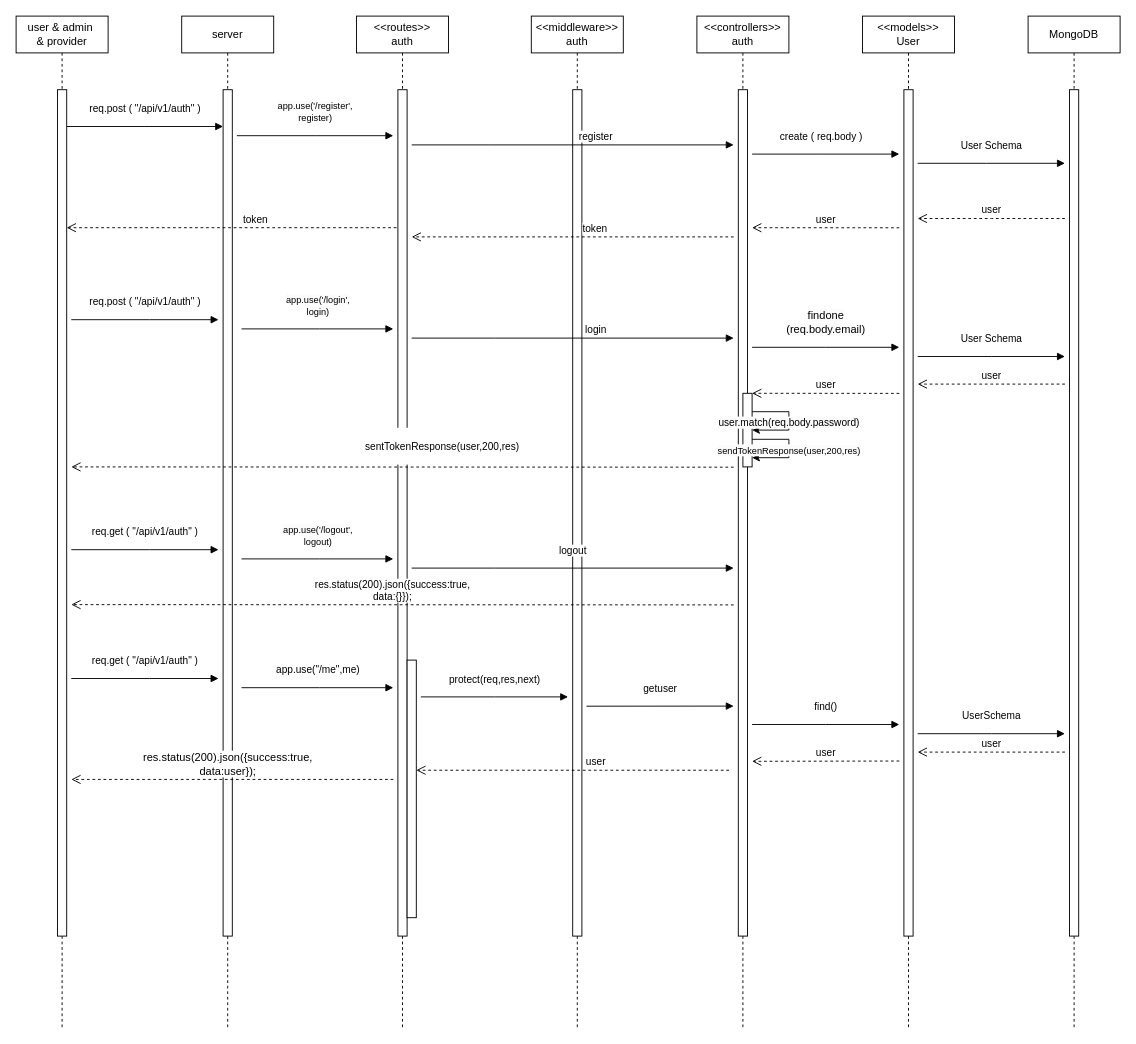
peakied/Software-Development-Practice keeps this draw.io diagram as แบบแผนที่ยังไม่ได้ตั้งชื่อ.drawio. Above is the earlier version. Source tidied: cells renumbered, new cells numbered last; positions are measured from the earlier drawing's top-left corner, leaving out a move shared by most shapes. Both pictures are drawn from the tidied source at 92%, with x=0, y=0 at pixel (16, 16).
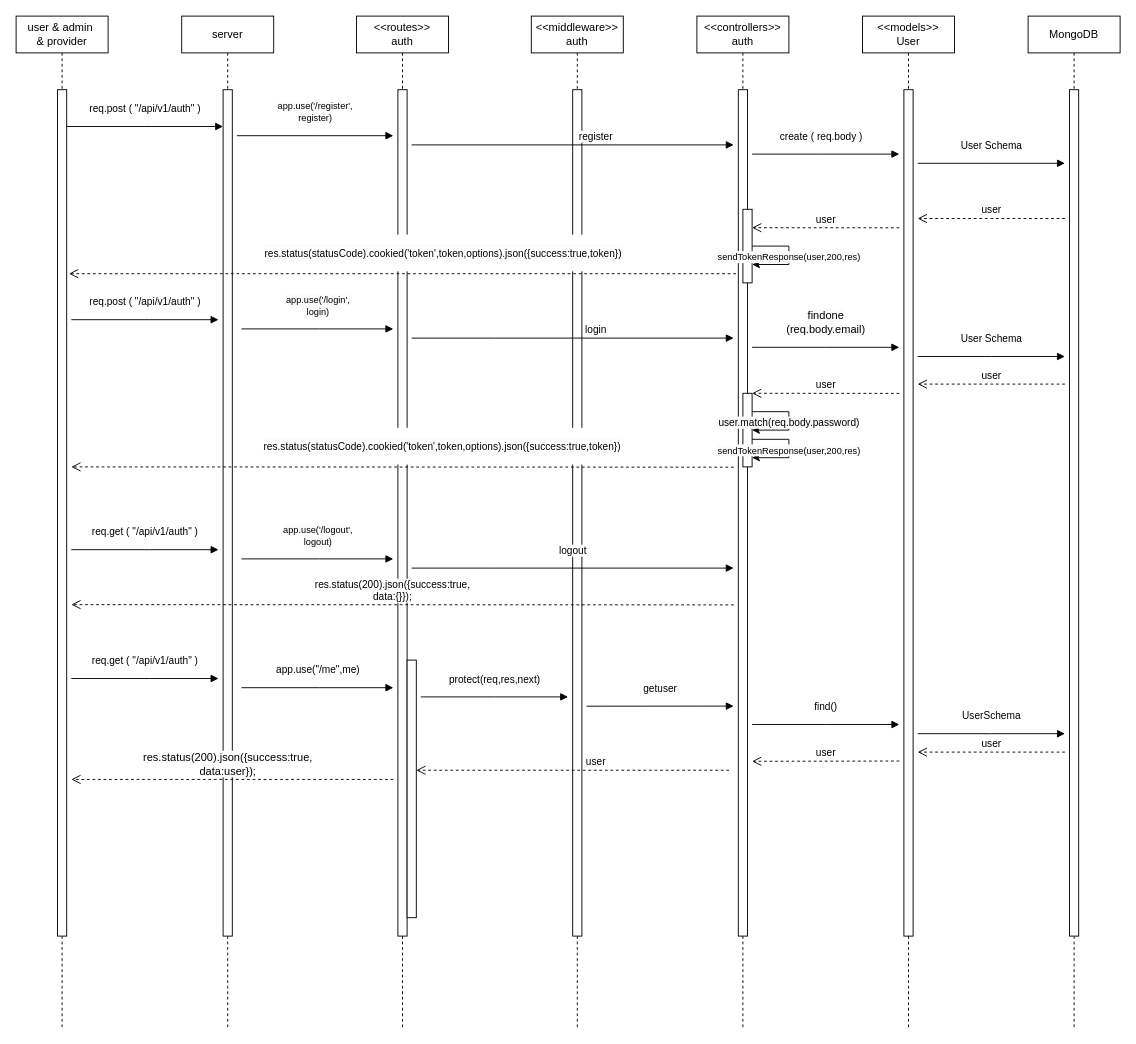
Above is the later version.

The change refers to these unchanged cells:
```xml
<mxCell id="9" value="&amp;lt;&amp;lt;routes&amp;gt;&amp;gt;&lt;div&gt;auth&lt;/div&gt;" style="shape=umlLifeline;perimeter=lifelinePerimeter;whiteSpace=wrap;html=1;outlineConnect=0;portConstraint=eastwest;newEdgeStyle={&quot;edgeStyle&quot;:&quot;elbowEdgeStyle&quot;,&quot;elbow&quot;:&quot;vertical&quot;,&quot;curved&quot;:0,&quot;rounded&quot;:0};" parent="1" vertex="1">
  <mxGeometry x="370" width="100" height="1100" as="geometry" />
</mxCell>
<mxCell id="14" value="&amp;lt;&amp;lt;controllers&amp;gt;&amp;gt;&lt;div&gt;auth&lt;/div&gt;" style="shape=umlLifeline;perimeter=lifelinePerimeter;whiteSpace=wrap;html=1;newEdgeStyle={&quot;edgeStyle&quot;:&quot;elbowEdgeStyle&quot;,&quot;elbow&quot;:&quot;vertical&quot;,&quot;curved&quot;:0,&quot;rounded&quot;:0};" parent="1" vertex="1">
  <mxGeometry x="740" width="100" height="1100" as="geometry" />
</mxCell>
```

What changed in the source:
```diff
@@
-    <mxCell id="5" value="token" style="html=1;verticalAlign=bottom;endArrow=open;dashed=1;endSize=8;edgeStyle=elbowEdgeStyle;elbow=vertical;curved=0;rounded=0;" parent="1" edge="1" source="9">
-      <mxGeometry x="-0.12" relative="1" as="geometry">
-        <mxPoint x="55" y="230" as="targetPoint" />
-        <Array as="points">
-          <mxPoint x="150" y="230" />
-        </Array>
-      </mxGeometry>
-    </mxCell>
@@
+    <mxCell id="54" style="html=1;perimeter=orthogonalPerimeter;targetShapes=umlLifeline;newEdgeStyle={&quot;edgeStyle&quot;:&quot;elbowEdgeStyle&quot;,&quot;elbow&quot;:&quot;vertical&quot;,&quot;curved&quot;:0,&quot;rounded&quot;:0};" parent="14" vertex="1">
+      <mxGeometry x="50" y="210" width="10" height="80" as="geometry" />
+    </mxCell>
@@
-    <mxCell id="28" value="token" style="html=1;verticalAlign=bottom;endArrow=open;dashed=1;endSize=8;edgeStyle=elbowEdgeStyle;elbow=vertical;curved=0;rounded=0;" parent="1" edge="1">
-      <mxGeometry x="-0.14" relative="1" as="geometry">
-        <mxPoint x="780" y="240" as="sourcePoint" />
-        <mxPoint x="430" y="240" as="targetPoint" />
-        <Array as="points">
-          <mxPoint x="535" y="240" />
-        </Array>
-      </mxGeometry>
-    </mxCell>
@@
-    <mxCell id="32" value="&lt;p style=&quot;text-wrap: wrap; line-height: 18px;&quot;&gt;&lt;span style=&quot;background-color: rgb(255, 255, 255);&quot;&gt;sentTokenResponse(user,200,res)&lt;/span&gt;&lt;/p&gt;" style="html=1;verticalAlign=bottom;endArrow=open;dashed=1;endSize=8;edgeStyle=elbowEdgeStyle;elbow=vertical;curved=0;rounded=0;" parent="1" edge="1">
+    <mxCell id="32" value="&lt;p style=&quot;text-wrap: wrap; background-color: rgb(251, 251, 251); line-height: 18px;&quot;&gt;&lt;span style=&quot;background-color: rgb(255, 255, 255);&quot;&gt;res.status(statusCode).cookied('token',token,options).json({success:true,token})&lt;/span&gt;&lt;/p&gt;" style="html=1;verticalAlign=bottom;endArrow=open;dashed=1;endSize=8;edgeStyle=elbowEdgeStyle;elbow=vertical;curved=0;rounded=0;" parent="1" edge="1">
       <mxGeometry x="-0.12" relative="1" as="geometry">
         <mxPoint x="780" y="490.3" as="sourcePoint" />
         <mxPoint x="60" y="490" as="targetPoint" />
         <Array as="points">
           <mxPoint x="155" y="490" />
         </Array>
       </mxGeometry>
     </mxCell>
@@
+    <mxCell id="55" value="&lt;p style=&quot;text-wrap: wrap; background-color: rgb(251, 251, 251); line-height: 18px;&quot;&gt;&lt;span style=&quot;background-color: rgb(255, 255, 255);&quot;&gt;res.status(statusCode).cookied('token',token,options).json({success:true,token})&lt;/span&gt;&lt;br&gt;&lt;/p&gt;" style="html=1;verticalAlign=bottom;endArrow=open;dashed=1;endSize=8;edgeStyle=elbowEdgeStyle;elbow=vertical;curved=0;rounded=0;" parent="1" edge="1">
+      <mxGeometry x="-0.12" relative="1" as="geometry">
+        <mxPoint x="782.5" y="280" as="sourcePoint" />
+        <mxPoint x="57.5" y="280" as="targetPoint" />
+        <Array as="points">
+          <mxPoint x="152.5" y="280" />
+        </Array>
+      </mxGeometry>
+    </mxCell>
+    <mxCell id="56" style="endArrow=classic;html=1;rounded=0;" parent="1" edge="1">
+      <mxGeometry relative="1" as="geometry">
+        <mxPoint x="800" y="250" as="sourcePoint" />
+        <mxPoint x="800" y="270" as="targetPoint" />
+        <Array as="points">
+          <mxPoint x="840" y="250" />
+          <mxPoint x="840" y="270" />
+        </Array>
+      </mxGeometry>
+    </mxCell>
+    <mxCell id="57" value="&lt;span style=&quot;font-size: 10px; text-wrap: wrap; background-color: rgb(251, 251, 251);&quot;&gt;sendTokenResponse(user,200,res)&lt;/span&gt;" style="edgeLabel;html=1;align=center;verticalAlign=middle;" parent="56" vertex="1">
+      <mxGeometry x="0.01" y="-1" relative="1" as="geometry" />
+    </mxCell>
```
